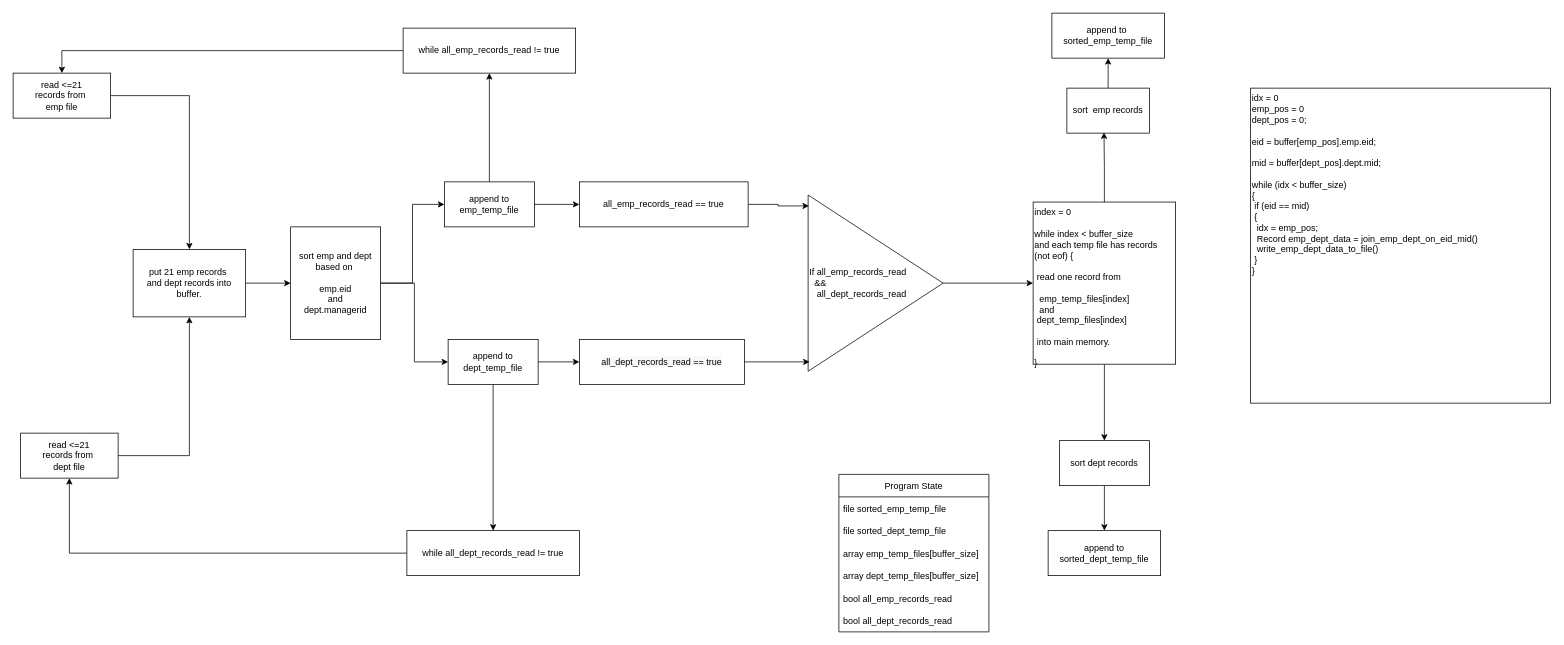
Above: hw5/Untitled Diagram.drawio in endepointe/440 (draw.io), before the change. Source tidied: cells renumbered, new cells numbered last; positions are measured from the earlier drawing's top-left corner, leaving out a move shared by most shapes. Both pictures are drawn from the tidied source at 75%, with x=0, y=0 at pixel (13, 13).
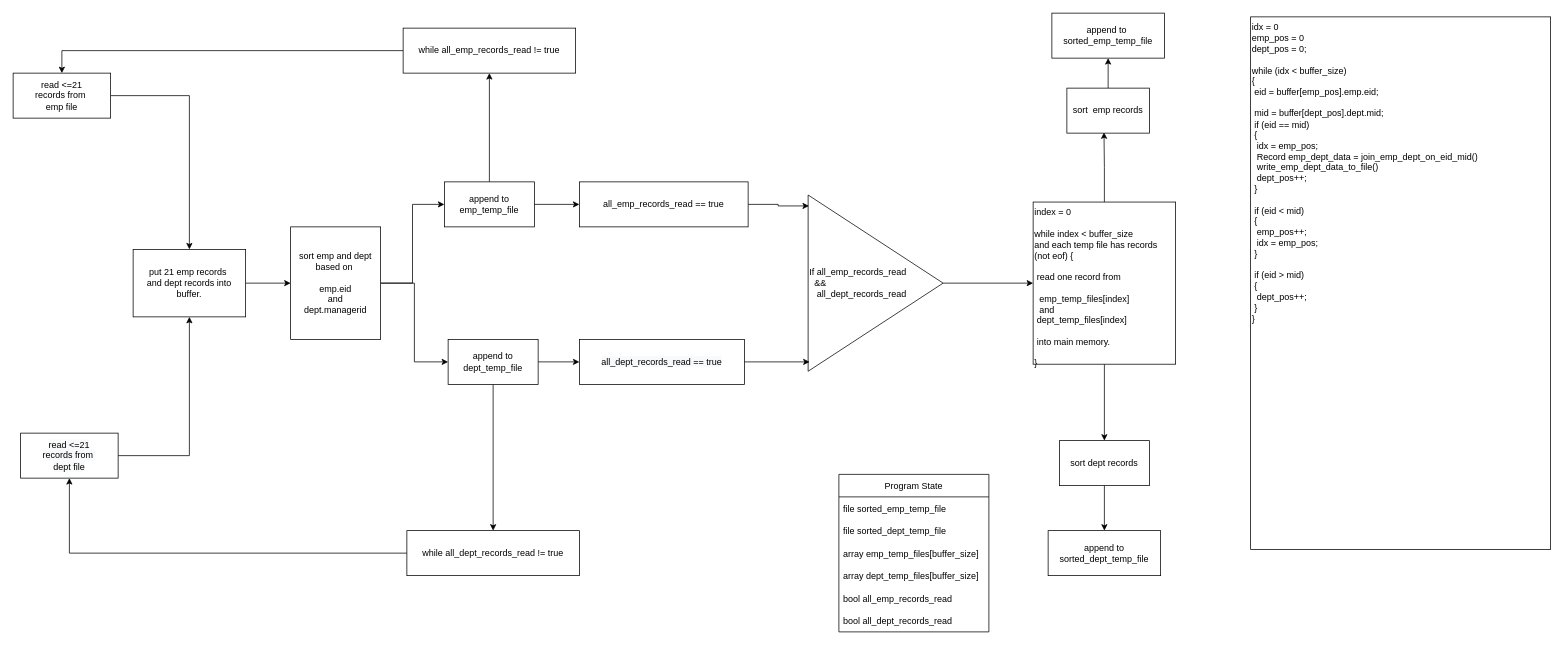
The same page after the edit.

Diff of the diagram source:
```diff
@@
-    <mxCell id="43" value="idx = 0&lt;br&gt;emp_pos = 0&lt;br&gt;dept_pos = 0;&lt;br&gt;&lt;br&gt;eid = buffer[emp_pos].emp.eid;&lt;br&gt;&lt;br&gt;mid = buffer[dept_pos].dept.mid;&lt;br&gt;&lt;br&gt;while (idx &amp;lt; buffer_size)&amp;nbsp;&lt;br&gt;{&lt;br&gt;&lt;span style=&quot;white-space: pre&quot;&gt; &lt;/span&gt;if (eid == mid)&lt;br&gt;&lt;span style=&quot;white-space: pre&quot;&gt; &lt;/span&gt;{&lt;br&gt;&lt;span style=&quot;white-space: pre&quot;&gt; &lt;/span&gt;&lt;span style=&quot;white-space: pre&quot;&gt; &lt;/span&gt;idx = emp_pos;&lt;br&gt;&lt;span style=&quot;white-space: pre&quot;&gt; &lt;/span&gt;&lt;span style=&quot;white-space: pre&quot;&gt; &lt;/span&gt;Record emp_dept_data = join_emp_dept_on_eid_mid()&lt;br&gt;&lt;span style=&quot;white-space: pre&quot;&gt; &lt;/span&gt;&lt;span style=&quot;white-space: pre&quot;&gt; &lt;/span&gt;write_emp_dept_data_to_file()&lt;br&gt;&lt;span style=&quot;white-space: pre&quot;&gt; &lt;/span&gt;}&lt;br&gt;}" style="rounded=0;whiteSpace=wrap;html=1;fontFamily=Helvetica;fontSize=12;fontColor=default;strokeColor=default;fillColor=default;textDirection=ltr;verticalAlign=top;align=left;" parent="1" vertex="1">
-      <mxGeometry x="1650" y="100" width="400" height="420" as="geometry" />
+    <mxCell id="43" value="idx = 0&lt;br&gt;emp_pos = 0&lt;br&gt;dept_pos = 0;&lt;br&gt;&lt;br&gt;while (idx &amp;lt; buffer_size)&amp;nbsp;&lt;br&gt;{&lt;br&gt;&lt;span style=&quot;white-space: pre&quot;&gt; &lt;/span&gt;eid = buffer[emp_pos].emp.eid;&lt;br&gt;&lt;br&gt;&lt;span style=&quot;white-space: pre&quot;&gt; &lt;/span&gt;mid = buffer[dept_pos].dept.mid;&lt;br&gt;&lt;span&gt; &lt;/span&gt;&lt;span style=&quot;white-space: pre&quot;&gt; &lt;/span&gt;if (eid == mid)&lt;br&gt;&lt;span&gt; &lt;/span&gt;&lt;span style=&quot;white-space: pre&quot;&gt; &lt;/span&gt;{&lt;br&gt;&lt;span&gt; &lt;/span&gt;&lt;span&gt; &lt;/span&gt;&lt;span style=&quot;white-space: pre&quot;&gt; &lt;/span&gt;&lt;span style=&quot;white-space: pre&quot;&gt; &lt;/span&gt;idx = emp_pos;&lt;br&gt;&lt;span&gt; &lt;/span&gt;&lt;span&gt; &lt;/span&gt;&lt;span style=&quot;white-space: pre&quot;&gt; &lt;/span&gt;&lt;span style=&quot;white-space: pre&quot;&gt; &lt;/span&gt;Record emp_dept_data = join_emp_dept_on_eid_mid()&lt;br&gt;&lt;span&gt; &lt;/span&gt;&lt;span&gt; &lt;/span&gt;&lt;span style=&quot;white-space: pre&quot;&gt; &lt;/span&gt;&lt;span style=&quot;white-space: pre&quot;&gt; &lt;/span&gt;write_emp_dept_data_to_file()&lt;br&gt;&lt;span&gt; &lt;/span&gt;&lt;span&gt; &lt;/span&gt;&lt;span style=&quot;white-space: pre&quot;&gt; &lt;/span&gt;&lt;span style=&quot;white-space: pre&quot;&gt; &lt;/span&gt;dept_pos++;&lt;br&gt;&lt;span&gt; &lt;/span&gt;&lt;span style=&quot;white-space: pre&quot;&gt; &lt;/span&gt;}&lt;br&gt;&lt;br&gt;&lt;span&gt; &lt;/span&gt;&lt;span style=&quot;white-space: pre&quot;&gt; &lt;/span&gt;if (eid &amp;lt; mid)&lt;br&gt;&lt;span&gt; &lt;/span&gt;&lt;span style=&quot;white-space: pre&quot;&gt; &lt;/span&gt;{&lt;br&gt;&lt;span&gt; &lt;/span&gt;&lt;span&gt; &lt;/span&gt;&lt;span style=&quot;white-space: pre&quot;&gt; &lt;/span&gt;&lt;span style=&quot;white-space: pre&quot;&gt; &lt;/span&gt;emp_pos++;&lt;br&gt;&lt;span&gt; &lt;/span&gt;&lt;span&gt; &lt;/span&gt;&lt;span style=&quot;white-space: pre&quot;&gt; &lt;/span&gt;&lt;span style=&quot;white-space: pre&quot;&gt; &lt;/span&gt;idx = emp_pos;&lt;br&gt;&lt;span&gt; &lt;/span&gt;&lt;span style=&quot;white-space: pre&quot;&gt; &lt;/span&gt;}&lt;br&gt;&lt;br&gt;&lt;span&gt; &lt;/span&gt;&lt;span style=&quot;white-space: pre&quot;&gt; &lt;/span&gt;if (eid &amp;gt; mid)&lt;br&gt;&lt;span&gt; &lt;/span&gt;&lt;span style=&quot;white-space: pre&quot;&gt; &lt;/span&gt;{&lt;br&gt;&lt;span&gt; &lt;/span&gt;&lt;span&gt; &lt;/span&gt;&lt;span style=&quot;white-space: pre&quot;&gt; &lt;/span&gt;&lt;span style=&quot;white-space: pre&quot;&gt; &lt;/span&gt;dept_pos++;&lt;br&gt;&lt;span&gt; &lt;/span&gt;&lt;span style=&quot;white-space: pre&quot;&gt; &lt;/span&gt;}&lt;br&gt;}&lt;br&gt;" style="rounded=0;whiteSpace=wrap;html=1;fontFamily=Helvetica;fontSize=12;fontColor=default;strokeColor=default;fillColor=default;textDirection=ltr;verticalAlign=top;align=left;" parent="1" vertex="1">
+      <mxGeometry x="1650" y="5" width="400" height="710" as="geometry" />
     </mxCell>
```
